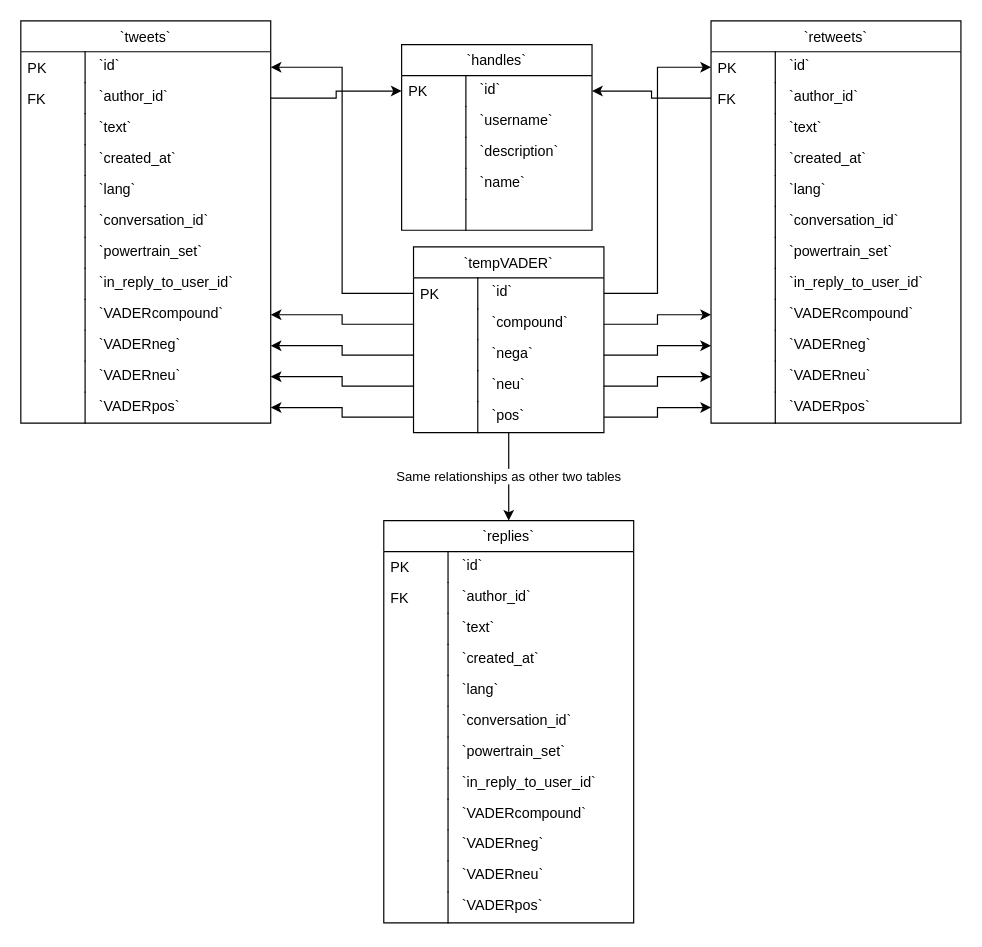
This is page "Page-2" (2 of 2) of uml/database.drawio from agarcia169/4306-Donaldson-Project, a draw.io file, before an edit. Source tidied: cells renumbered, new cells numbered last; positions are measured from the earlier drawing's top-left corner, leaving out a move shared by most shapes. Both pictures are drawn from the tidied source at 119%, with x=0, y=0 at pixel (20, 20).
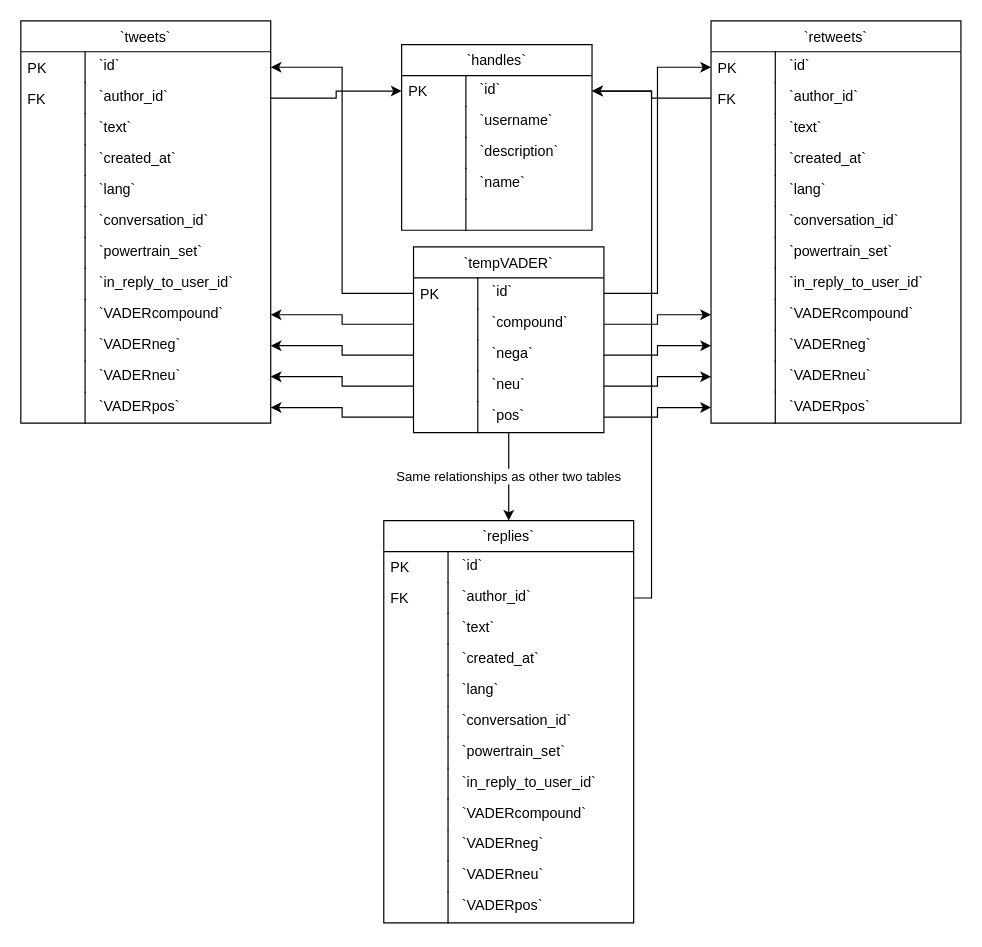
Above is the later version.

The change refers to these unchanged cells:
```xml
<mxCell id="3" value="`id`" style="shape=partialRectangle;top=0;left=0;right=0;bottom=0;align=left;verticalAlign=top;spacingTop=-2;fillColor=none;spacingLeft=64;spacingRight=4;overflow=hidden;points=[[0,0.5],[1,0.5]];portConstraint=eastwest;" parent="2" vertex="1">
  <mxGeometry y="26" width="160" height="26" as="geometry" />
</mxCell>
<mxCell id="42" value="`author_id`" style="shape=partialRectangle;top=0;left=0;right=0;bottom=0;align=left;verticalAlign=top;spacingTop=-2;fillColor=none;spacingLeft=64;spacingRight=4;overflow=hidden;points=[[0,0.5],[1,0.5]];portConstraint=eastwest;" parent="39" vertex="1">
  <mxGeometry y="52" width="210" height="26" as="geometry" />
</mxCell>
```

What changed in the source:
```diff
@@
+    <mxCell id="112" style="edgeStyle=orthogonalEdgeStyle;rounded=0;jettySize=auto;html=1;" parent="1" edge="1" source="42" target="3">
+      <mxGeometry relative="1" as="geometry">
+        <Array as="points">
+          <mxPoint x="530" y="485" />
+          <mxPoint x="530" y="59" />
+        </Array>
+      </mxGeometry>
+    </mxCell>
```
